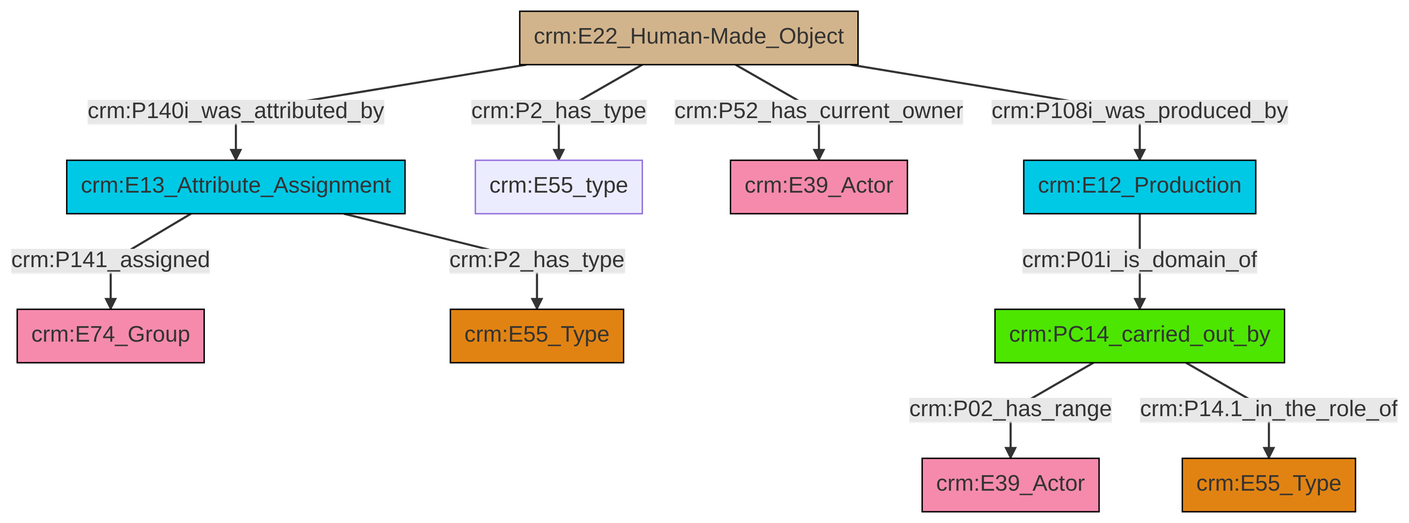
This is et/builtWorkCSV/ttl/mmd/png/Built_Work_actor_relations.png from swiss-art-research-net/reference-data-models, a Mermaid export, as it was before one commit. Its source is kept beside it as et/builtWorkCSV/ttl/mmd/Built_Work_actor_relations.ttl.mmd.
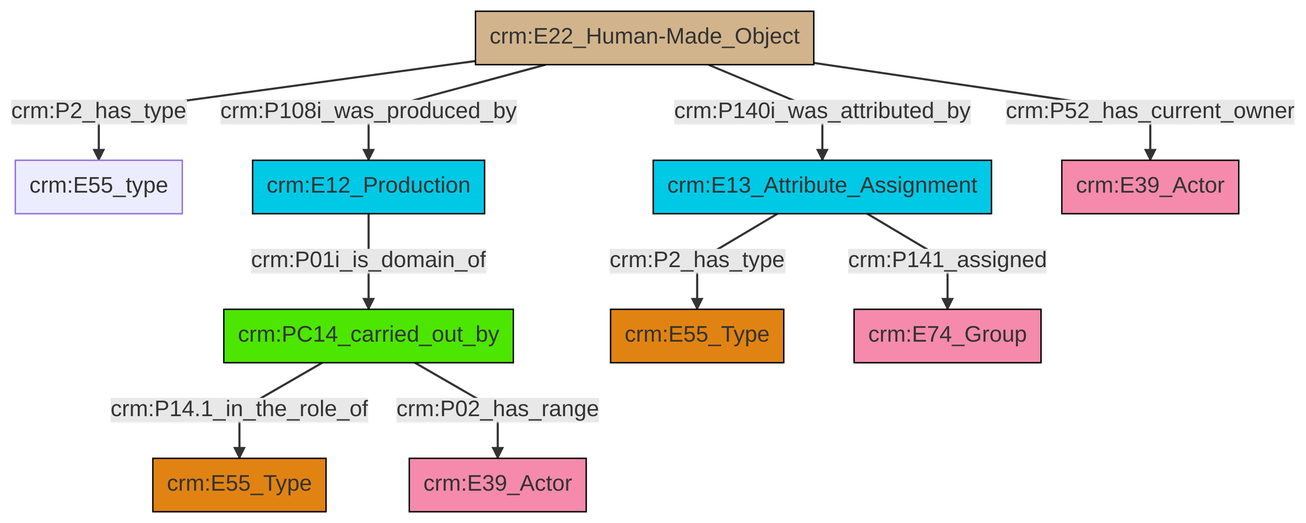
Above is the later version.

Diff of the diagram source:
```diff
@@ -13,12 +13,12 @@
 classDef PC_Classes fill:#4ce600, stroke:#000000;
 classDef Multi fill:#cccccc,stroke:#000000;
 
-2["crm:E13_Attribute_Assignment"]:::Temporal_Entity -->|crm:P141_assigned| 3["crm:E74_Group"]:::Actor
-6["crm:E22_Human-Made_Object"]:::Physical_Thing -->|crm:P140i_was_attributed_by| 2["crm:E13_Attribute_Assignment"]:::Temporal_Entity
-6["crm:E22_Human-Made_Object"]:::Physical_Thing -->|crm:P2_has_type| 4["crm:E55_type"]:::Default
-6["crm:E22_Human-Made_Object"]:::Physical_Thing -->|crm:P52_has_current_owner| 0["crm:E39_Actor"]:::Actor
-7["crm:PC14_carried_out_by"]:::PC_Classes -->|crm:P02_has_range| 11["crm:E39_Actor"]:::Actor
-7["crm:PC14_carried_out_by"]:::PC_Classes -->|crm:P14.1_in_the_role_of| 9["crm:E55_Type"]:::Type
-14["crm:E12_Production"]:::Temporal_Entity -->|crm:P01i_is_domain_of| 7["crm:PC14_carried_out_by"]:::PC_Classes
-2["crm:E13_Attribute_Assignment"]:::Temporal_Entity -->|crm:P2_has_type| 15["crm:E55_Type"]:::Type
-6["crm:E22_Human-Made_Object"]:::Physical_Thing -->|crm:P108i_was_produced_by| 14["crm:E12_Production"]:::Temporal_Entity
+6["crm:E22_Human-Made_Object"]:::Physical_Thing -->|crm:P2_has_type| 7["crm:E55_type"]:::Default
+4["crm:E12_Production"]:::Temporal_Entity -->|crm:P01i_is_domain_of| 10["crm:PC14_carried_out_by"]:::PC_Classes
+0["crm:E13_Attribute_Assignment"]:::Temporal_Entity -->|crm:P2_has_type| 2["crm:E55_Type"]:::Type
+6["crm:E22_Human-Made_Object"]:::Physical_Thing -->|crm:P108i_was_produced_by| 4["crm:E12_Production"]:::Temporal_Entity
+6["crm:E22_Human-Made_Object"]:::Physical_Thing -->|crm:P140i_was_attributed_by| 0["crm:E13_Attribute_Assignment"]:::Temporal_Entity
+0["crm:E13_Attribute_Assignment"]:::Temporal_Entity -->|crm:P141_assigned| 11["crm:E74_Group"]:::Actor
+10["crm:PC14_carried_out_by"]:::PC_Classes -->|crm:P14.1_in_the_role_of| 13["crm:E55_Type"]:::Type
+10["crm:PC14_carried_out_by"]:::PC_Classes -->|crm:P02_has_range| 19["crm:E39_Actor"]:::Actor
+6["crm:E22_Human-Made_Object"]:::Physical_Thing -->|crm:P52_has_current_owner| 17["crm:E39_Actor"]:::Actor
```
